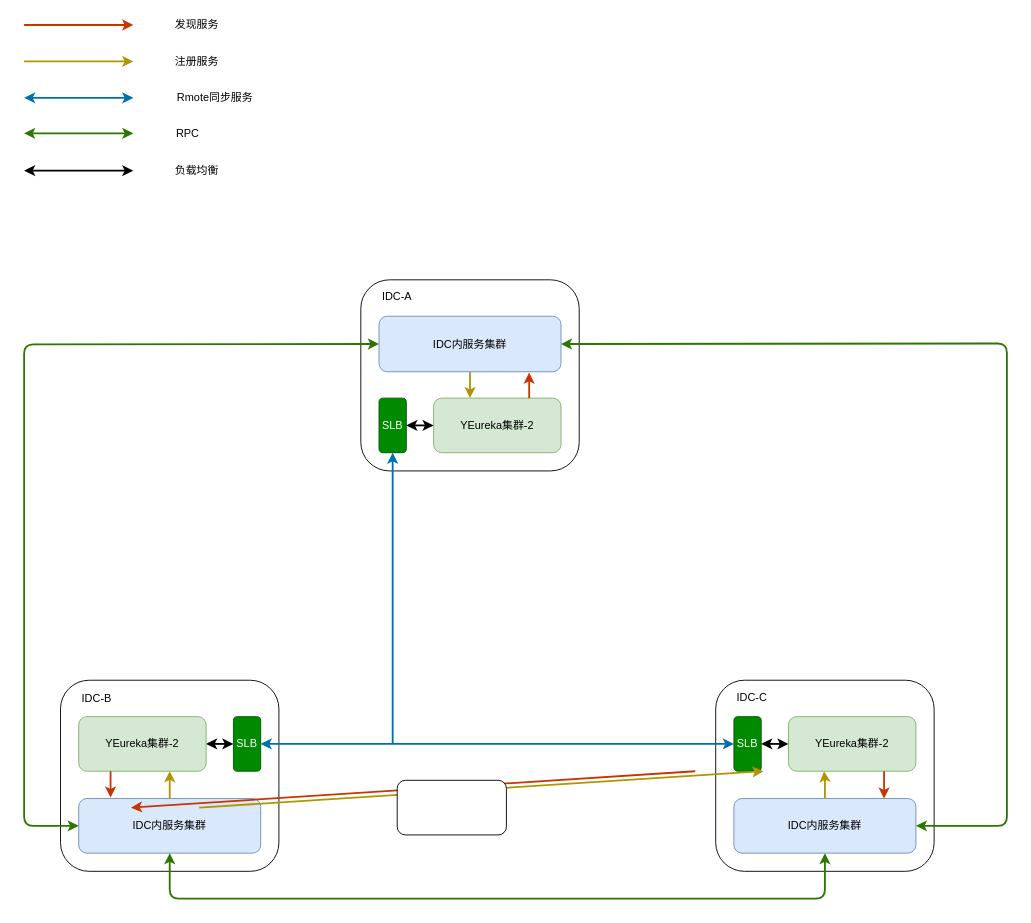
Before: 发现服务去中心化拓扑图.drawio in Gred01/study, a draw.io diagram. Source tidied: cells renumbered, new cells numbered last; positions are measured from the earlier drawing's top-left corner, leaving out a move shared by most shapes. Both pictures are drawn from the tidied source at 91%, with x=0, y=0 at pixel (24, 15).
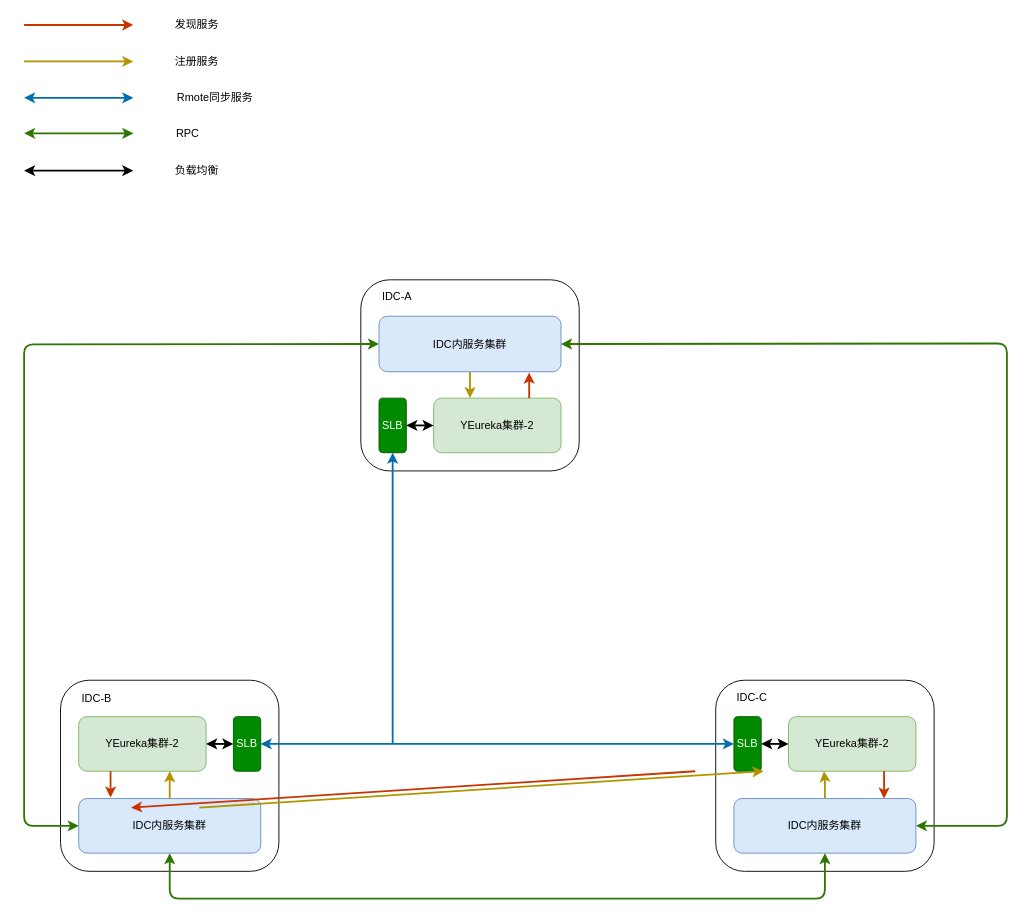
The same diagram, later.

Commit message:
Update 发现服务去中心化拓扑图.drawio

What changed in the source:
```diff
@@
-    <mxCell id="33" style="rounded=1;whiteSpace=wrap;html=1;" parent="1" vertex="1">
-      <mxGeometry x="410" y="840" width="120" height="60" as="geometry" />
-    </mxCell>
```
